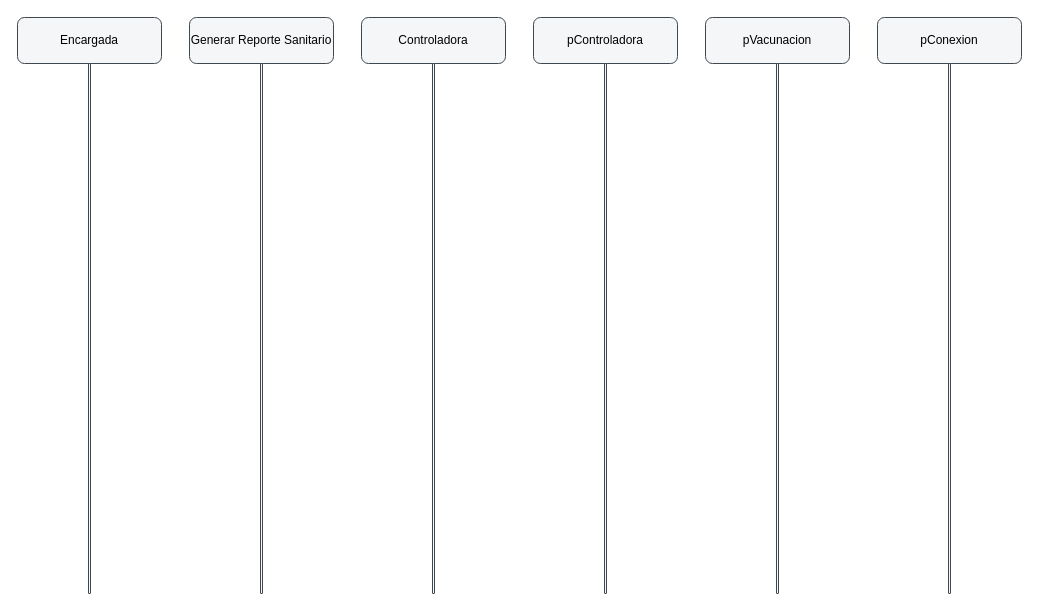
The draw.io diagram docs/diagramas/secuencia/secuencia-cu45.drawio in santinodelmonte/Tesis, before the edit. Source tidied: cells renumbered, new cells numbered last; positions are measured from the earlier drawing's top-left corner, leaving out a move shared by most shapes. Both pictures are drawn from the tidied source at 100%, with x=0, y=0 at pixel (17, 17).
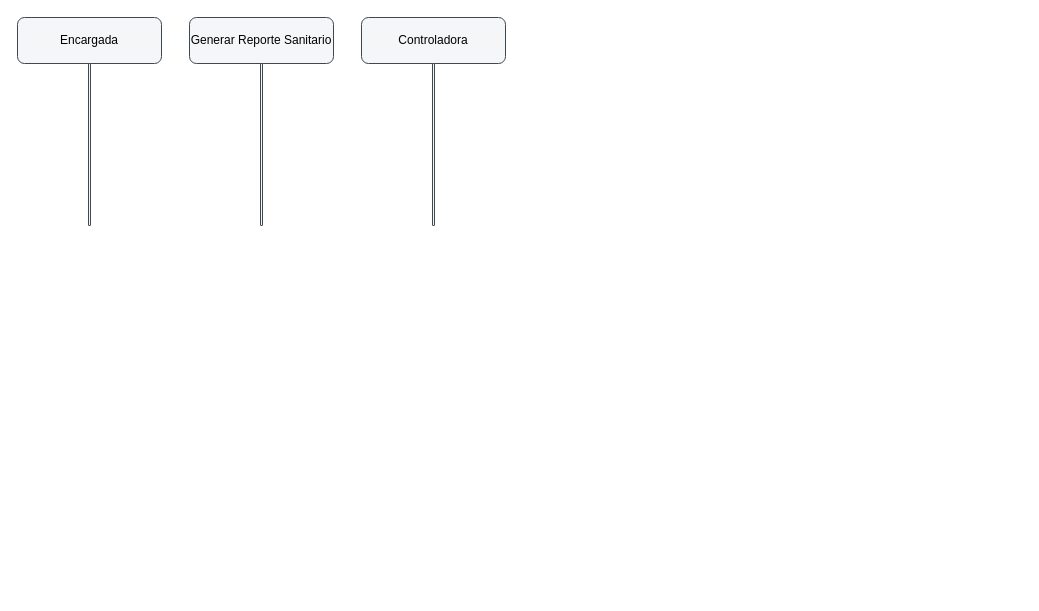
After the change.

Diff of the diagram source:
```diff
@@
 <mxGraphModel>
   <root>
     <mxCell id="0" />
     <mxCell id="1" parent="0" />
     <mxCell id="2" value="Encargada" style="rounded=1;whiteSpace=wrap;html=1;fillColor=#f4f6f8;strokeColor=#40484f;" parent="1" vertex="1">
       <mxGeometry width="144" height="46" as="geometry" />
     </mxCell>
     <mxCell id="3" style="rounded=1;whiteSpace=wrap;html=1;fillColor=#f4f6f8;strokeColor=#40484f;" parent="1" vertex="1">
-      <mxGeometry x="71" y="46" width="2" height="530" as="geometry" />
+      <mxGeometry x="71" y="46" width="2" height="162" as="geometry" />
     </mxCell>
     <mxCell id="4" value="Generar Reporte Sanitario" style="rounded=1;whiteSpace=wrap;html=1;fillColor=#f4f6f8;strokeColor=#40484f;" parent="1" vertex="1">
       <mxGeometry x="172" width="144" height="46" as="geometry" />
     </mxCell>
     <mxCell id="5" style="rounded=1;whiteSpace=wrap;html=1;fillColor=#f4f6f8;strokeColor=#40484f;" parent="1" vertex="1">
-      <mxGeometry x="243" y="46" width="2" height="530" as="geometry" />
+      <mxGeometry x="243" y="46" width="2" height="162" as="geometry" />
     </mxCell>
     <mxCell id="6" value="Controladora" style="rounded=1;whiteSpace=wrap;html=1;fillColor=#f4f6f8;strokeColor=#40484f;" parent="1" vertex="1">
       <mxGeometry x="344" width="144" height="46" as="geometry" />
     </mxCell>
     <mxCell id="7" style="rounded=1;whiteSpace=wrap;html=1;fillColor=#f4f6f8;strokeColor=#40484f;" parent="1" vertex="1">
-      <mxGeometry x="415" y="46" width="2" height="530" as="geometry" />
+      <mxGeometry x="415" y="46" width="2" height="162" as="geometry" />
     </mxCell>
-    <mxCell id="8" value="pControladora" style="rounded=1;whiteSpace=wrap;html=1;fillColor=#f4f6f8;strokeColor=#40484f;" parent="1" vertex="1">
-      <mxGeometry x="516" width="144" height="46" as="geometry" />
-    </mxCell>
-    <mxCell id="9" style="rounded=1;whiteSpace=wrap;html=1;fillColor=#f4f6f8;strokeColor=#40484f;" parent="1" vertex="1">
-      <mxGeometry x="587" y="46" width="2" height="530" as="geometry" />
-    </mxCell>
-    <mxCell id="10" value="pVacunacion" style="rounded=1;whiteSpace=wrap;html=1;fillColor=#f4f6f8;strokeColor=#40484f;" parent="1" vertex="1">
-      <mxGeometry x="688" width="144" height="46" as="geometry" />
-    </mxCell>
-    <mxCell id="11" style="rounded=1;whiteSpace=wrap;html=1;fillColor=#f4f6f8;strokeColor=#40484f;" parent="1" vertex="1">
-      <mxGeometry x="759" y="46" width="2" height="530" as="geometry" />
-    </mxCell>
-    <mxCell id="12" value="pConexion" style="rounded=1;whiteSpace=wrap;html=1;fillColor=#f4f6f8;strokeColor=#40484f;" parent="1" vertex="1">
-      <mxGeometry x="860" width="144" height="46" as="geometry" />
-    </mxCell>
-    <mxCell id="13" style="rounded=1;whiteSpace=wrap;html=1;fillColor=#f4f6f8;strokeColor=#40484f;" parent="1" vertex="1">
-      <mxGeometry x="931" y="46" width="2" height="530" as="geometry" />
-    </mxCell>
   </root>
 </mxGraphModel>
```
